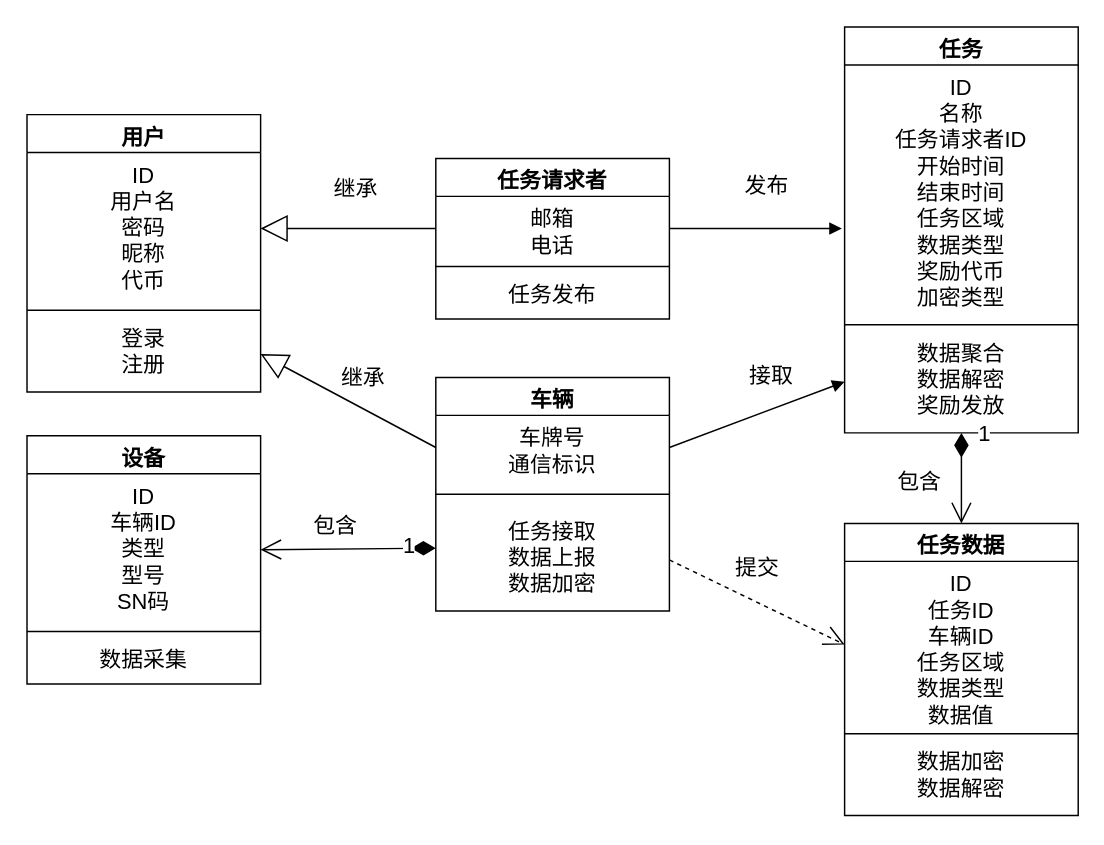
This is page "第 1 页" (1 of 2) of doc/uml/系统类图.drawio from Ikaros727/pumpkin, a draw.io file, before an edit. Source tidied: cells renumbered, new cells numbered last; positions are measured from the earlier drawing's top-left corner, leaving out a move shared by most shapes. Both pictures are drawn from the tidied source at 146%, with x=0, y=0 at pixel (26, 26).
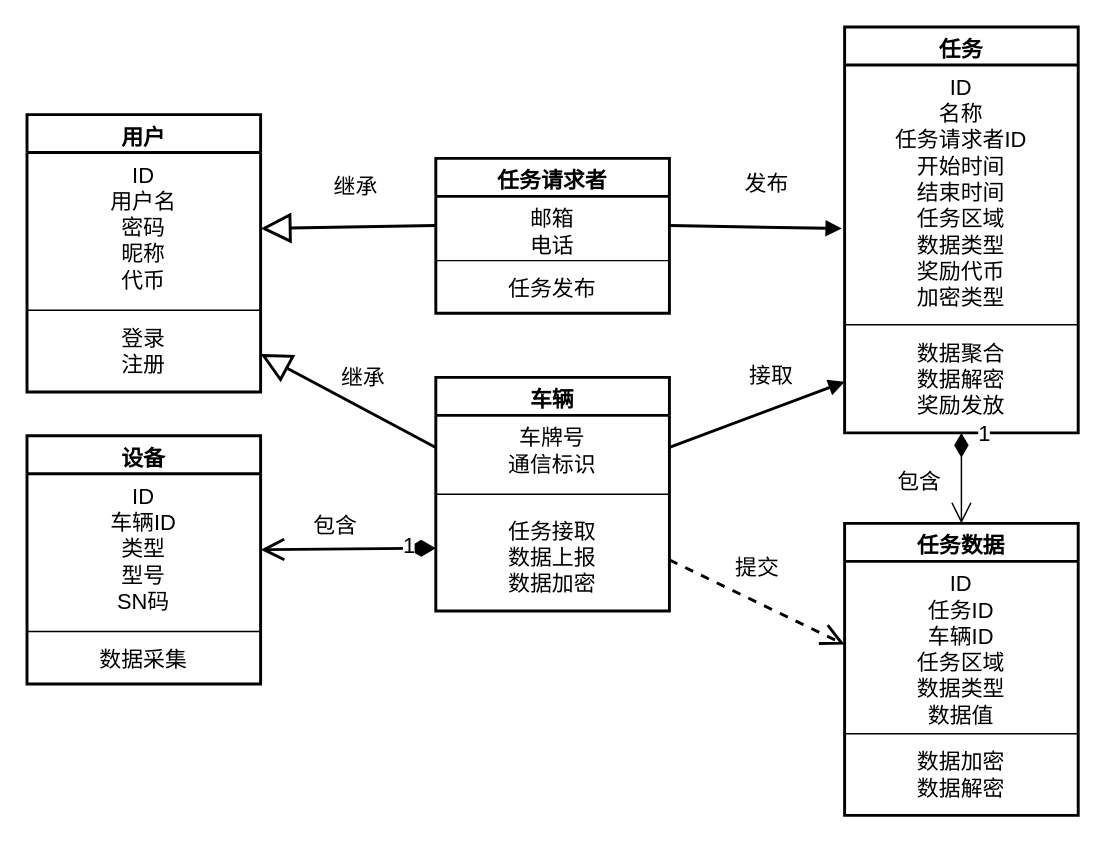
The same diagram, later.

Commit message:
更新系统类图.drawio

The edit, as a diff of the source:
```diff
@@
-    <mxCell id="2" value="任务请求者" style="swimlane;fontStyle=1;align=center;verticalAlign=top;horizontal=1;startSize=26;whiteSpace=wrap;html=1;fontFamily=宋体;fontSize=15;" parent="1" vertex="1">
-      <mxGeometry x="280" y="90" width="160" height="110" as="geometry" />
+    <mxCell id="2" value="任务请求者" style="swimlane;fontStyle=1;align=center;verticalAlign=top;horizontal=1;startSize=26;whiteSpace=wrap;html=1;fontFamily=宋体;fontSize=15;spacing=2;strokeWidth=2;" parent="1" vertex="1">
+      <mxGeometry x="280" y="90" width="160" height="106" as="geometry" />
     </mxCell>
-    <mxCell id="3" value="邮箱&lt;div&gt;电话&lt;/div&gt;" style="text;strokeColor=none;fillColor=none;align=center;verticalAlign=top;spacingLeft=4;spacingRight=4;overflow=hidden;points=[[0,0.5],[1,0.5]];portConstraint=eastwest;whiteSpace=wrap;html=1;fontFamily=宋体;fontSize=15;" parent="2" vertex="1">
-      <mxGeometry y="26" width="160" height="44" as="geometry" />
+    <mxCell id="3" value="邮箱&lt;div&gt;电话&lt;/div&gt;" style="text;strokeColor=none;fillColor=none;align=center;verticalAlign=top;spacingLeft=4;spacingRight=4;overflow=hidden;points=[[0,0.5],[1,0.5]];portConstraint=eastwest;whiteSpace=wrap;html=1;fontFamily=宋体;fontSize=15;spacing=2;" parent="2" vertex="1">
+      <mxGeometry y="26" width="160" height="40" as="geometry" />
     </mxCell>
-    <mxCell id="4" style="line;strokeWidth=1;fillColor=none;align=center;verticalAlign=middle;spacingTop=-1;spacingLeft=3;spacingRight=3;labelPosition=right;strokeColor=inherit;fontFamily=宋体;fontSize=15;" parent="2" vertex="1">
-      <mxGeometry y="70" width="160" height="8" as="geometry" />
+    <mxCell id="4" style="line;strokeWidth=1;fillColor=none;align=center;verticalAlign=middle;spacingTop=-1;spacingLeft=3;spacingRight=3;labelPosition=right;strokeColor=inherit;fontFamily=宋体;fontSize=15;spacing=2;" parent="2" vertex="1">
+      <mxGeometry y="66" width="160" height="8" as="geometry" />
     </mxCell>
-    <mxCell id="5" value="任务发布" style="text;strokeColor=none;fillColor=none;align=center;verticalAlign=top;spacingLeft=4;spacingRight=4;overflow=hidden;whiteSpace=wrap;html=1;fontFamily=宋体;fontSize=15;" parent="2" vertex="1">
-      <mxGeometry y="78" width="160" height="32" as="geometry" />
+    <mxCell id="5" value="任务发布" style="text;strokeColor=none;fillColor=none;align=center;verticalAlign=top;spacingLeft=4;spacingRight=4;overflow=hidden;whiteSpace=wrap;html=1;fontFamily=宋体;fontSize=15;spacing=2;" parent="2" vertex="1">
+      <mxGeometry y="74" width="160" height="32" as="geometry" />
     </mxCell>
-    <mxCell id="6" value="车辆" style="swimlane;fontStyle=1;align=center;verticalAlign=top;horizontal=1;startSize=26;whiteSpace=wrap;html=1;fontFamily=宋体;fontSize=15;" parent="1" vertex="1">
+    <mxCell id="6" value="车辆" style="swimlane;fontStyle=1;align=center;verticalAlign=top;horizontal=1;startSize=26;whiteSpace=wrap;html=1;fontFamily=宋体;fontSize=15;spacing=2;strokeWidth=2;" parent="1" vertex="1">
       <mxGeometry x="280" y="240" width="160" height="160" as="geometry" />
     </mxCell>
-    <mxCell id="7" value="车牌号&lt;br&gt;通信标识" style="text;strokeColor=none;fillColor=none;align=center;verticalAlign=top;spacingLeft=4;spacingRight=4;overflow=hidden;points=[[0,0.5],[1,0.5]];portConstraint=eastwest;whiteSpace=wrap;html=1;fontFamily=宋体;fontSize=15;" parent="6" vertex="1">
+    <mxCell id="7" value="车牌号&lt;br&gt;通信标识" style="text;strokeColor=none;fillColor=none;align=center;verticalAlign=top;spacingLeft=4;spacingRight=4;overflow=hidden;points=[[0,0.5],[1,0.5]];portConstraint=eastwest;whiteSpace=wrap;html=1;fontFamily=宋体;fontSize=15;spacing=2;" parent="6" vertex="1">
       <mxGeometry y="26" width="160" height="44" as="geometry" />
     </mxCell>
-    <mxCell id="8" style="line;strokeWidth=1;fillColor=none;align=center;verticalAlign=middle;spacingTop=-1;spacingLeft=3;spacingRight=3;labelPosition=right;strokeColor=inherit;fontFamily=宋体;fontSize=15;" parent="6" vertex="1">
+    <mxCell id="8" style="line;strokeWidth=1;fillColor=none;align=center;verticalAlign=middle;spacingTop=-1;spacingLeft=3;spacingRight=3;labelPosition=right;strokeColor=inherit;fontFamily=宋体;fontSize=15;spacing=2;" parent="6" vertex="1">
       <mxGeometry y="70" width="160" height="20" as="geometry" />
     </mxCell>
-    <mxCell id="9" value="&lt;div&gt;任务接取&lt;/div&gt;数据上报&lt;div&gt;数据加密&lt;/div&gt;" style="text;strokeColor=none;fillColor=none;align=center;verticalAlign=top;spacingLeft=4;spacingRight=4;overflow=hidden;points=[[0,0.5],[1,0.5]];portConstraint=eastwest;whiteSpace=wrap;html=1;fontFamily=宋体;fontSize=15;" parent="6" vertex="1">
+    <mxCell id="9" value="&lt;div&gt;任务接取&lt;/div&gt;数据上报&lt;div&gt;数据加密&lt;/div&gt;" style="text;strokeColor=none;fillColor=none;align=center;verticalAlign=top;spacingLeft=4;spacingRight=4;overflow=hidden;points=[[0,0.5],[1,0.5]];portConstraint=eastwest;whiteSpace=wrap;html=1;fontFamily=宋体;fontSize=15;spacing=2;" parent="6" vertex="1">
       <mxGeometry y="90" width="160" height="70" as="geometry" />
     </mxCell>
-    <mxCell id="10" value="用户" style="swimlane;fontStyle=1;align=center;verticalAlign=top;horizontal=1;startSize=26;whiteSpace=wrap;html=1;fontFamily=宋体;fontSize=15;" parent="1" vertex="1">
+    <mxCell id="10" value="用户" style="swimlane;fontStyle=1;align=center;verticalAlign=top;horizontal=1;startSize=26;whiteSpace=wrap;html=1;fontFamily=宋体;fontSize=15;spacing=2;strokeWidth=2;" parent="1" vertex="1">
       <mxGeometry y="60" width="160" height="190" as="geometry" />
     </mxCell>
-    <mxCell id="11" value="ID&lt;div&gt;用户名&lt;br&gt;密码&lt;/div&gt;&lt;div&gt;昵称&lt;/div&gt;&lt;div&gt;代币&lt;/div&gt;" style="text;strokeColor=none;fillColor=none;align=center;verticalAlign=top;spacingLeft=4;spacingRight=4;overflow=hidden;points=[[0,0.5],[1,0.5]];portConstraint=eastwest;whiteSpace=wrap;html=1;fontFamily=宋体;fontSize=15;" parent="10" vertex="1">
+    <mxCell id="11" value="ID&lt;div&gt;用户名&lt;br&gt;密码&lt;/div&gt;&lt;div&gt;昵称&lt;/div&gt;&lt;div&gt;代币&lt;/div&gt;" style="text;strokeColor=none;fillColor=none;align=center;verticalAlign=top;spacingLeft=4;spacingRight=4;overflow=hidden;points=[[0,0.5],[1,0.5]];portConstraint=eastwest;whiteSpace=wrap;html=1;fontFamily=宋体;fontSize=15;spacing=2;" parent="10" vertex="1">
       <mxGeometry y="26" width="160" height="104" as="geometry" />
     </mxCell>
-    <mxCell id="12" style="line;strokeWidth=1;fillColor=none;align=center;verticalAlign=middle;spacingTop=-1;spacingLeft=3;spacingRight=3;labelPosition=right;strokeColor=inherit;fontFamily=宋体;fontSize=15;" parent="10" vertex="1">
+    <mxCell id="12" style="line;strokeWidth=1;fillColor=none;align=center;verticalAlign=middle;spacingTop=-1;spacingLeft=3;spacingRight=3;labelPosition=right;strokeColor=inherit;fontFamily=宋体;fontSize=15;spacing=2;" parent="10" vertex="1">
       <mxGeometry y="130" width="160" height="8" as="geometry" />
     </mxCell>
-    <mxCell id="13" value="登录&lt;div&gt;注册&lt;/div&gt;" style="text;strokeColor=none;fillColor=none;align=center;verticalAlign=top;spacingLeft=4;spacingRight=4;overflow=hidden;points=[[0,0.5],[1,0.5]];portConstraint=eastwest;whiteSpace=wrap;html=1;fontFamily=宋体;fontSize=15;" parent="10" vertex="1">
+    <mxCell id="13" value="登录&lt;div&gt;注册&lt;/div&gt;" style="text;strokeColor=none;fillColor=none;align=center;verticalAlign=top;spacingLeft=4;spacingRight=4;overflow=hidden;points=[[0,0.5],[1,0.5]];portConstraint=eastwest;whiteSpace=wrap;html=1;fontFamily=宋体;fontSize=15;spacing=2;" parent="10" vertex="1">
       <mxGeometry y="138" width="160" height="52" as="geometry" />
     </mxCell>
-    <mxCell id="14" value="设备" style="swimlane;fontStyle=1;align=center;verticalAlign=top;horizontal=1;startSize=26;whiteSpace=wrap;html=1;fontFamily=宋体;fontSize=15;" parent="1" vertex="1">
+    <mxCell id="14" value="设备" style="swimlane;fontStyle=1;align=center;verticalAlign=top;horizontal=1;startSize=26;whiteSpace=wrap;html=1;fontFamily=宋体;fontSize=15;spacing=2;strokeWidth=2;" parent="1" vertex="1">
       <mxGeometry y="280" width="160" height="170" as="geometry" />
     </mxCell>
-    <mxCell id="15" value="ID&lt;br&gt;车辆ID&lt;br&gt;&lt;div&gt;类型&lt;br&gt;型号&lt;br&gt;SN码&lt;/div&gt;" style="text;strokeColor=none;fillColor=none;align=center;verticalAlign=top;spacingLeft=4;spacingRight=4;overflow=hidden;points=[[0,0.5],[1,0.5]];portConstraint=eastwest;whiteSpace=wrap;html=1;fontFamily=宋体;fontSize=15;" parent="14" vertex="1">
+    <mxCell id="15" value="ID&lt;br&gt;车辆ID&lt;br&gt;&lt;div&gt;类型&lt;br&gt;型号&lt;br&gt;SN码&lt;/div&gt;" style="text;strokeColor=none;fillColor=none;align=center;verticalAlign=top;spacingLeft=4;spacingRight=4;overflow=hidden;points=[[0,0.5],[1,0.5]];portConstraint=eastwest;whiteSpace=wrap;html=1;fontFamily=宋体;fontSize=15;spacing=2;" parent="14" vertex="1">
       <mxGeometry y="26" width="160" height="104" as="geometry" />
     </mxCell>
-    <mxCell id="16" style="line;strokeWidth=1;fillColor=none;align=center;verticalAlign=middle;spacingTop=-1;spacingLeft=3;spacingRight=3;labelPosition=right;strokeColor=inherit;fontFamily=宋体;fontSize=15;" parent="14" vertex="1">
+    <mxCell id="16" style="line;strokeWidth=1;fillColor=none;align=center;verticalAlign=middle;spacingTop=-1;spacingLeft=3;spacingRight=3;labelPosition=right;strokeColor=inherit;fontFamily=宋体;fontSize=15;spacing=2;" parent="14" vertex="1">
       <mxGeometry y="130" width="160" height="8" as="geometry" />
     </mxCell>
-    <mxCell id="17" value="数据采集" style="text;strokeColor=none;fillColor=none;align=center;verticalAlign=top;spacingLeft=4;spacingRight=4;overflow=hidden;whiteSpace=wrap;html=1;fontFamily=宋体;fontSize=15;" parent="14" vertex="1">
+    <mxCell id="17" value="数据采集" style="text;strokeColor=none;fillColor=none;align=center;verticalAlign=top;spacingLeft=4;spacingRight=4;overflow=hidden;whiteSpace=wrap;html=1;fontFamily=宋体;fontSize=15;spacing=2;" parent="14" vertex="1">
       <mxGeometry y="138" width="160" height="32" as="geometry" />
     </mxCell>
-    <mxCell id="18" value="任务" style="swimlane;fontStyle=1;align=center;verticalAlign=top;horizontal=1;startSize=26;whiteSpace=wrap;html=1;fontFamily=宋体;fontSize=15;" parent="1" vertex="1">
+    <mxCell id="18" value="任务" style="swimlane;fontStyle=1;align=center;verticalAlign=top;horizontal=1;startSize=26;whiteSpace=wrap;html=1;fontFamily=宋体;fontSize=15;spacing=2;strokeWidth=2;" parent="1" vertex="1">
       <mxGeometry x="560" width="160" height="278" as="geometry" />
     </mxCell>
-    <mxCell id="19" value="ID&lt;div&gt;名称&lt;/div&gt;&lt;div&gt;任务请求者ID&lt;/div&gt;&lt;div&gt;开始时间&lt;/div&gt;&lt;div&gt;结束时间&lt;/div&gt;&lt;div&gt;任务区域&lt;/div&gt;&lt;div&gt;数据类型&lt;/div&gt;&lt;div&gt;奖励代币&lt;/div&gt;&lt;div&gt;加密类型&lt;/div&gt;" style="text;strokeColor=none;fillColor=none;align=center;verticalAlign=top;spacingLeft=4;spacingRight=4;overflow=hidden;points=[[0,0.5],[1,0.5]];portConstraint=eastwest;whiteSpace=wrap;html=1;fontFamily=宋体;fontSize=15;" parent="18" vertex="1">
+    <mxCell id="19" value="ID&lt;div&gt;名称&lt;/div&gt;&lt;div&gt;任务请求者ID&lt;/div&gt;&lt;div&gt;开始时间&lt;/div&gt;&lt;div&gt;结束时间&lt;/div&gt;&lt;div&gt;任务区域&lt;/div&gt;&lt;div&gt;数据类型&lt;/div&gt;&lt;div&gt;奖励代币&lt;/div&gt;&lt;div&gt;加密类型&lt;/div&gt;" style="text;strokeColor=none;fillColor=none;align=center;verticalAlign=top;spacingLeft=4;spacingRight=4;overflow=hidden;points=[[0,0.5],[1,0.5]];portConstraint=eastwest;whiteSpace=wrap;html=1;fontFamily=宋体;fontSize=15;spacing=2;" parent="18" vertex="1">
       <mxGeometry y="26" width="160" height="174" as="geometry" />
     </mxCell>
-    <mxCell id="20" style="line;strokeWidth=1;fillColor=none;align=center;verticalAlign=middle;spacingTop=-1;spacingLeft=3;spacingRight=3;labelPosition=right;strokeColor=inherit;fontFamily=宋体;fontSize=15;" parent="18" vertex="1">
+    <mxCell id="20" style="line;strokeWidth=1;fillColor=none;align=center;verticalAlign=middle;spacingTop=-1;spacingLeft=3;spacingRight=3;labelPosition=right;strokeColor=inherit;fontFamily=宋体;fontSize=15;spacing=2;" parent="18" vertex="1">
       <mxGeometry y="200" width="160" height="8" as="geometry" />
     </mxCell>
-    <mxCell id="21" value="&lt;div&gt;&lt;span style=&quot;background-color: transparent; color: light-dark(rgb(0, 0, 0), rgb(255, 255, 255));&quot;&gt;数据聚合&lt;/span&gt;&lt;/div&gt;&lt;div&gt;数据解密&lt;br&gt;奖励发放&lt;/div&gt;" style="text;strokeColor=none;fillColor=none;align=center;verticalAlign=top;spacingLeft=4;spacingRight=4;overflow=hidden;points=[[0,0.5],[1,0.5]];portConstraint=eastwest;whiteSpace=wrap;html=1;fontFamily=宋体;fontSize=15;" parent="18" vertex="1">
+    <mxCell id="21" value="&lt;div&gt;&lt;span style=&quot;background-color: transparent; color: light-dark(rgb(0, 0, 0), rgb(255, 255, 255));&quot;&gt;数据聚合&lt;/span&gt;&lt;/div&gt;&lt;div&gt;数据解密&lt;br&gt;奖励发放&lt;/div&gt;" style="text;strokeColor=none;fillColor=none;align=center;verticalAlign=top;spacingLeft=4;spacingRight=4;overflow=hidden;points=[[0,0.5],[1,0.5]];portConstraint=eastwest;whiteSpace=wrap;html=1;fontFamily=宋体;fontSize=15;spacing=2;" parent="18" vertex="1">
       <mxGeometry y="208" width="160" height="70" as="geometry" />
     </mxCell>
-    <mxCell id="22" value="继承" style="endArrow=block;endSize=16;endFill=0;html=1;rounded=0;entryX=1;entryY=0.5;entryDx=0;entryDy=0;exitX=0;exitY=0.5;exitDx=0;exitDy=0;fontSize=15;" parent="1" edge="1" source="3" target="11">
+    <mxCell id="22" value="继承" style="endArrow=block;endSize=16;endFill=0;html=1;rounded=0;entryX=1;entryY=0.5;entryDx=0;entryDy=0;exitX=0;exitY=0.5;exitDx=0;exitDy=0;fontSize=15;fontFamily=宋体;spacing=2;strokeWidth=2;" parent="1" edge="1" source="3" target="11">
       <mxGeometry x="-0.08" y="-28" relative="1" as="geometry" />
     </mxCell>
-    <mxCell id="23" value="继承" style="endArrow=block;endSize=16;endFill=0;html=1;rounded=0;exitX=0;exitY=0.5;exitDx=0;exitDy=0;entryX=1;entryY=0.5;entryDx=0;entryDy=0;fontSize=15;" parent="1" edge="1" source="7" target="13">
+    <mxCell id="23" value="继承" style="endArrow=block;endSize=16;endFill=0;html=1;rounded=0;exitX=0;exitY=0.5;exitDx=0;exitDy=0;entryX=1;entryY=0.5;entryDx=0;entryDy=0;fontSize=15;fontFamily=宋体;spacing=2;strokeWidth=2;" parent="1" edge="1" source="7" target="13">
       <mxGeometry x="-0.02" y="-19" relative="1" as="geometry" />
     </mxCell>
-    <mxCell id="24" value="任务数据" style="swimlane;fontStyle=1;align=center;verticalAlign=top;horizontal=1;startSize=26;whiteSpace=wrap;html=1;fontFamily=宋体;fontSize=15;" parent="1" vertex="1">
+    <mxCell id="24" value="任务数据" style="swimlane;fontStyle=1;align=center;verticalAlign=top;horizontal=1;startSize=26;whiteSpace=wrap;html=1;fontFamily=宋体;fontSize=15;spacing=2;strokeWidth=2;" parent="1" vertex="1">
       <mxGeometry x="560" y="340" width="160" height="200" as="geometry" />
     </mxCell>
-    <mxCell id="25" value="ID&lt;div&gt;任务ID&lt;/div&gt;&lt;div&gt;车辆ID&lt;/div&gt;&lt;div&gt;任务区域&lt;/div&gt;&lt;div&gt;数据类型&lt;/div&gt;&lt;div&gt;数据值&lt;/div&gt;" style="text;strokeColor=none;fillColor=none;align=center;verticalAlign=top;spacingLeft=4;spacingRight=4;overflow=hidden;points=[[0,0.5],[1,0.5]];portConstraint=eastwest;whiteSpace=wrap;html=1;fontFamily=宋体;fontSize=15;" parent="24" vertex="1">
+    <mxCell id="25" value="ID&lt;div&gt;任务ID&lt;/div&gt;&lt;div&gt;车辆ID&lt;/div&gt;&lt;div&gt;任务区域&lt;/div&gt;&lt;div&gt;数据类型&lt;/div&gt;&lt;div&gt;数据值&lt;/div&gt;" style="text;strokeColor=none;fillColor=none;align=center;verticalAlign=top;spacingLeft=4;spacingRight=4;overflow=hidden;points=[[0,0.5],[1,0.5]];portConstraint=eastwest;whiteSpace=wrap;html=1;fontFamily=宋体;fontSize=15;spacing=2;" parent="24" vertex="1">
       <mxGeometry y="26" width="160" height="114" as="geometry" />
     </mxCell>
-    <mxCell id="26" style="line;strokeWidth=1;fillColor=none;align=center;verticalAlign=middle;spacingTop=-1;spacingLeft=3;spacingRight=3;labelPosition=right;strokeColor=inherit;fontFamily=宋体;fontSize=15;" parent="24" vertex="1">
+    <mxCell id="26" style="line;strokeWidth=1;fillColor=none;align=center;verticalAlign=middle;spacingTop=-1;spacingLeft=3;spacingRight=3;labelPosition=right;strokeColor=inherit;fontFamily=宋体;fontSize=15;spacing=2;" parent="24" vertex="1">
       <mxGeometry y="140" width="160" height="8" as="geometry" />
     </mxCell>
-    <mxCell id="27" value="&lt;div&gt;数据加密&lt;br&gt;数据解密&lt;/div&gt;" style="text;strokeColor=none;fillColor=none;align=center;verticalAlign=top;spacingLeft=4;spacingRight=4;overflow=hidden;whiteSpace=wrap;html=1;fontFamily=宋体;fontSize=15;" parent="24" vertex="1">
+    <mxCell id="27" value="&lt;div&gt;数据加密&lt;br&gt;数据解密&lt;/div&gt;" style="text;strokeColor=none;fillColor=none;align=center;verticalAlign=top;spacingLeft=4;spacingRight=4;overflow=hidden;whiteSpace=wrap;html=1;fontFamily=宋体;fontSize=15;spacing=2;" parent="24" vertex="1">
       <mxGeometry y="148" width="160" height="52" as="geometry" />
     </mxCell>
-    <mxCell id="28" value="发布" style="html=1;verticalAlign=bottom;labelBackgroundColor=none;endArrow=block;endFill=1;endSize=6;align=left;rounded=0;exitX=1;exitY=0.5;exitDx=0;exitDy=0;fontSize=15;entryX=-0.012;entryY=0.644;entryDx=0;entryDy=0;entryPerimeter=0;" parent="1" edge="1" source="3" target="19">
+    <mxCell id="28" value="发布" style="html=1;verticalAlign=bottom;labelBackgroundColor=none;endArrow=block;endFill=1;endSize=6;align=left;rounded=0;exitX=1;exitY=0.5;exitDx=0;exitDy=0;fontSize=15;entryX=-0.012;entryY=0.644;entryDx=0;entryDy=0;entryPerimeter=0;fontFamily=宋体;spacing=2;strokeWidth=2;" parent="1" edge="1" source="3" target="19">
       <mxGeometry x="-0.15" y="18" relative="1" as="geometry" />
     </mxCell>
-    <mxCell id="29" value="1" style="endArrow=open;html=1;endSize=12;startArrow=diamondThin;startSize=14;startFill=1;edgeStyle=orthogonalEdgeStyle;align=left;verticalAlign=bottom;rounded=0;exitX=0.5;exitY=1;exitDx=0;exitDy=0;exitPerimeter=0;entryX=0.5;entryY=0;entryDx=0;entryDy=0;fontSize=15;" parent="1" edge="1" source="21" target="24">
+    <mxCell id="29" value="1" style="endArrow=open;html=1;endSize=12;startArrow=diamondThin;startSize=14;startFill=1;edgeStyle=orthogonalEdgeStyle;align=left;verticalAlign=bottom;rounded=0;exitX=0.5;exitY=1;exitDx=0;exitDy=0;exitPerimeter=0;entryX=0.5;entryY=0;entryDx=0;entryDy=0;fontSize=15;fontFamily=宋体;spacing=2;" parent="1" edge="1" source="21" target="24">
       <mxGeometry x="-0.6" y="10" relative="1" as="geometry" />
     </mxCell>
-    <mxCell id="30" value="包含" style="edgeLabel;html=1;align=center;verticalAlign=middle;fontSize=15;" parent="29" vertex="1">
+    <mxCell id="30" value="包含" style="edgeLabel;html=1;align=center;verticalAlign=middle;fontSize=15;fontFamily=宋体;spacing=2;" parent="29" vertex="1">
       <mxGeometry x="-0.02" y="1" relative="1" as="geometry">
         <mxPoint x="-31" y="2" as="offset" />
       </mxGeometry>
     </mxCell>
-    <mxCell id="31" value="接取" style="html=1;verticalAlign=bottom;labelBackgroundColor=none;endArrow=block;endFill=1;endSize=6;align=left;rounded=0;entryX=0;entryY=0.5;entryDx=0;entryDy=0;exitX=1;exitY=0.5;exitDx=0;exitDy=0;fontSize=15;" parent="1" edge="1" source="7" target="21">
+    <mxCell id="31" value="接取" style="html=1;verticalAlign=bottom;labelBackgroundColor=none;endArrow=block;endFill=1;endSize=6;align=left;rounded=0;entryX=0;entryY=0.5;entryDx=0;entryDy=0;exitX=1;exitY=0.5;exitDx=0;exitDy=0;fontSize=15;fontFamily=宋体;spacing=2;strokeWidth=2;" parent="1" edge="1" source="7" target="21">
       <mxGeometry x="-0.01" y="17" relative="1" as="geometry" />
     </mxCell>
-    <mxCell id="32" value="提交" style="endArrow=open;endSize=12;dashed=1;html=1;rounded=0;exitX=1;exitY=0.5;exitDx=0;exitDy=0;entryX=0;entryY=0.5;entryDx=0;entryDy=0;fontSize=15;" parent="1" edge="1" source="9" target="25">
+    <mxCell id="32" value="提交" style="endArrow=open;endSize=12;dashed=1;html=1;rounded=0;exitX=1;exitY=0.5;exitDx=0;exitDy=0;entryX=0;entryY=0.5;entryDx=0;entryDy=0;fontSize=15;fontFamily=宋体;spacing=2;strokeWidth=2;" parent="1" edge="1" source="9" target="25">
       <mxGeometry x="-0.16" y="22" relative="1" as="geometry" />
     </mxCell>
-    <mxCell id="33" value="1" style="endArrow=open;html=1;endSize=12;startArrow=diamondThin;startSize=14;startFill=1;align=left;verticalAlign=bottom;rounded=0;exitX=0;exitY=0.385;exitDx=0;exitDy=0;entryX=1;entryY=0.5;entryDx=0;entryDy=0;exitPerimeter=0;fontSize=15;" parent="1" edge="1" source="9" target="15">
+    <mxCell id="33" value="1" style="endArrow=open;html=1;endSize=12;startArrow=diamondThin;startSize=14;startFill=1;align=left;verticalAlign=bottom;rounded=0;exitX=0;exitY=0.385;exitDx=0;exitDy=0;entryX=1;entryY=0.5;entryDx=0;entryDy=0;exitPerimeter=0;fontSize=15;fontFamily=宋体;spacing=2;strokeWidth=2;" parent="1" edge="1" source="9" target="15">
       <mxGeometry x="-0.6" y="10" relative="1" as="geometry" />
     </mxCell>
-    <mxCell id="34" value="包含" style="edgeLabel;html=1;align=center;verticalAlign=middle;fontSize=15;" parent="33" vertex="1">
+    <mxCell id="34" value="包含" style="edgeLabel;html=1;align=center;verticalAlign=middle;fontSize=15;fontFamily=宋体;spacing=2;" parent="33" vertex="1">
       <mxGeometry x="-0.02" y="1" relative="1" as="geometry">
         <mxPoint x="-11" y="-18" as="offset" />
       </mxGeometry>
     </mxCell>
```
